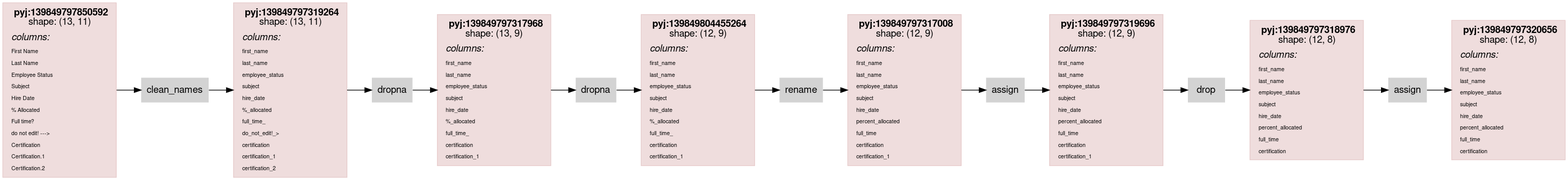
The Graphviz diagram scripts/rdflog/dirty-clean.ttl.dot.png in asmirnov69/pyjviz-poc, before a commit. Its source is kept beside it as scripts/rdflog/dirty-clean.ttl.dot.
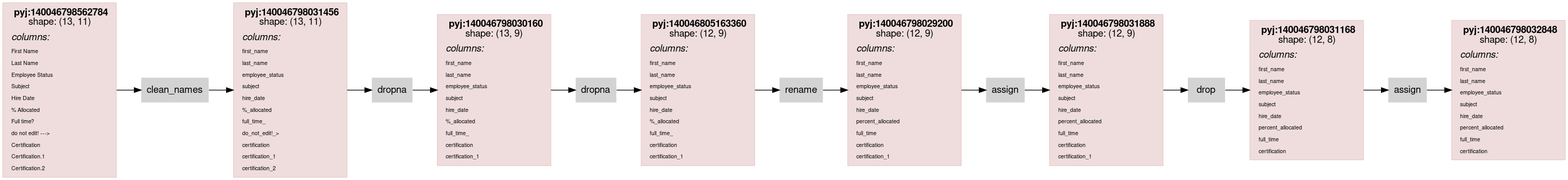
Above is the later version.

Change to the diagram source:
```diff
@@ -14,7 +14,7 @@
                 color="#88000022"
                 shape = rect
                 label = <<table border="0" cellborder="0" cellspacing="0" cellpadding="4">
-                         <tr> <td> <b>pyj:139849797850592</b><br/>shape: (13, 11)</td> </tr>
+                         <tr> <td> <b>pyj:140046798562784</b><br/>shape: (13, 11)</td> </tr>
                          <tr> <td align="left"><i>columns:</i><br align="left"/></td></tr>
                 <tr><td align="left"><FONT POINT-SIZE="8px">First Name</FONT></td></tr>
 <tr><td align="left"><FONT POINT-SIZE="8px">Last Name</FONT></td></tr>
@@ -33,7 +33,7 @@
                 color="#88000022"
                 shape = rect
                 label = <<table border="0" cellborder="0" cellspacing="0" cellpadding="4">
-                         <tr> <td> <b>pyj:139849797319264</b><br/>shape: (13, 11)</td> </tr>
+                         <tr> <td> <b>pyj:140046798031456</b><br/>shape: (13, 11)</td> </tr>
                          <tr> <td align="left"><i>columns:</i><br align="left"/></td></tr>
                 <tr><td align="left"><FONT POINT-SIZE="8px">first_name</FONT></td></tr>
 <tr><td align="left"><FONT POINT-SIZE="8px">last_name</FONT></td></tr>
@@ -52,7 +52,7 @@
                 color="#88000022"
                 shape = rect
                 label = <<table border="0" cellborder="0" cellspacing="0" cellpadding="4">
-                         <tr> <td> <b>pyj:139849797317968</b><br/>shape: (13, 9)</td> </tr>
+                         <tr> <td> <b>pyj:140046798030160</b><br/>shape: (13, 9)</td> </tr>
                          <tr> <td align="left"><i>columns:</i><br align="left"/></td></tr>
                 <tr><td align="left"><FONT POINT-SIZE="8px">first_name</FONT></td></tr>
 <tr><td align="left"><FONT POINT-SIZE="8px">last_name</FONT></td></tr>
@@ -69,7 +69,7 @@
                 color="#88000022"
                 shape = rect
                 label = <<table border="0" cellborder="0" cellspacing="0" cellpadding="4">
-                         <tr> <td> <b>pyj:139849804455264</b><br/>shape: (12, 9)</td> </tr>
+                         <tr> <td> <b>pyj:140046805163360</b><br/>shape: (12, 9)</td> </tr>
                          <tr> <td align="left"><i>columns:</i><br align="left"/></td></tr>
                 <tr><td align="left"><FONT POINT-SIZE="8px">first_name</FONT></td></tr>
 <tr><td align="left"><FONT POINT-SIZE="8px">last_name</FONT></td></tr>
@@ -86,7 +86,7 @@
                 color="#88000022"
                 shape = rect
                 label = <<table border="0" cellborder="0" cellspacing="0" cellpadding="4">
-                         <tr> <td> <b>pyj:139849797317008</b><br/>shape: (12, 9)</td> </tr>
+                         <tr> <td> <b>pyj:140046798029200</b><br/>shape: (12, 9)</td> </tr>
                          <tr> <td align="left"><i>columns:</i><br align="left"/></td></tr>
                 <tr><td align="left"><FONT POINT-SIZE="8px">first_name</FONT></td></tr>
 <tr><td align="left"><FONT POINT-SIZE="8px">last_name</FONT></td></tr>
@@ -103,7 +103,7 @@
                 color="#88000022"
                 shape = rect
                 label = <<table border="0" cellborder="0" cellspacing="0" cellpadding="4">
-                         <tr> <td> <b>pyj:139849797319696</b><br/>shape: (12, 9)</td> </tr>
+                         <tr> <td> <b>pyj:140046798031888</b><br/>shape: (12, 9)</td> </tr>
                          <tr> <td align="left"><i>columns:</i><br align="left"/></td></tr>
                 <tr><td align="left"><FONT POINT-SIZE="8px">first_name</FONT></td></tr>
 <tr><td align="left"><FONT POINT-SIZE="8px">last_name</FONT></td></tr>
@@ -120,7 +120,7 @@
                 color="#88000022"
                 shape = rect
                 label = <<table border="0" cellborder="0" cellspacing="0" cellpadding="4">
-                         <tr> <td> <b>pyj:139849797318976</b><br/>shape: (12, 8)</td> </tr>
+                         <tr> <td> <b>pyj:140046798031168</b><br/>shape: (12, 8)</td> </tr>
                          <tr> <td align="left"><i>columns:</i><br align="left"/></td></tr>
                 <tr><td align="left"><FONT POINT-SIZE="8px">first_name</FONT></td></tr>
 <tr><td align="left"><FONT POINT-SIZE="8px">last_name</FONT></td></tr>
@@ -136,7 +136,7 @@
                 color="#88000022"
                 shape = rect
                 label = <<table border="0" cellborder="0" cellspacing="0" cellpadding="4">
-                         <tr> <td> <b>pyj:139849797320656</b><br/>shape: (12, 8)</td> </tr>
+                         <tr> <td> <b>pyj:140046798032848</b><br/>shape: (12, 8)</td> </tr>
                          <tr> <td align="left"><i>columns:</i><br align="left"/></td></tr>
                 <tr><td align="left"><FONT POINT-SIZE="8px">first_name</FONT></td></tr>
 <tr><td align="left"><FONT POINT-SIZE="8px">last_name</FONT></td></tr>
```
